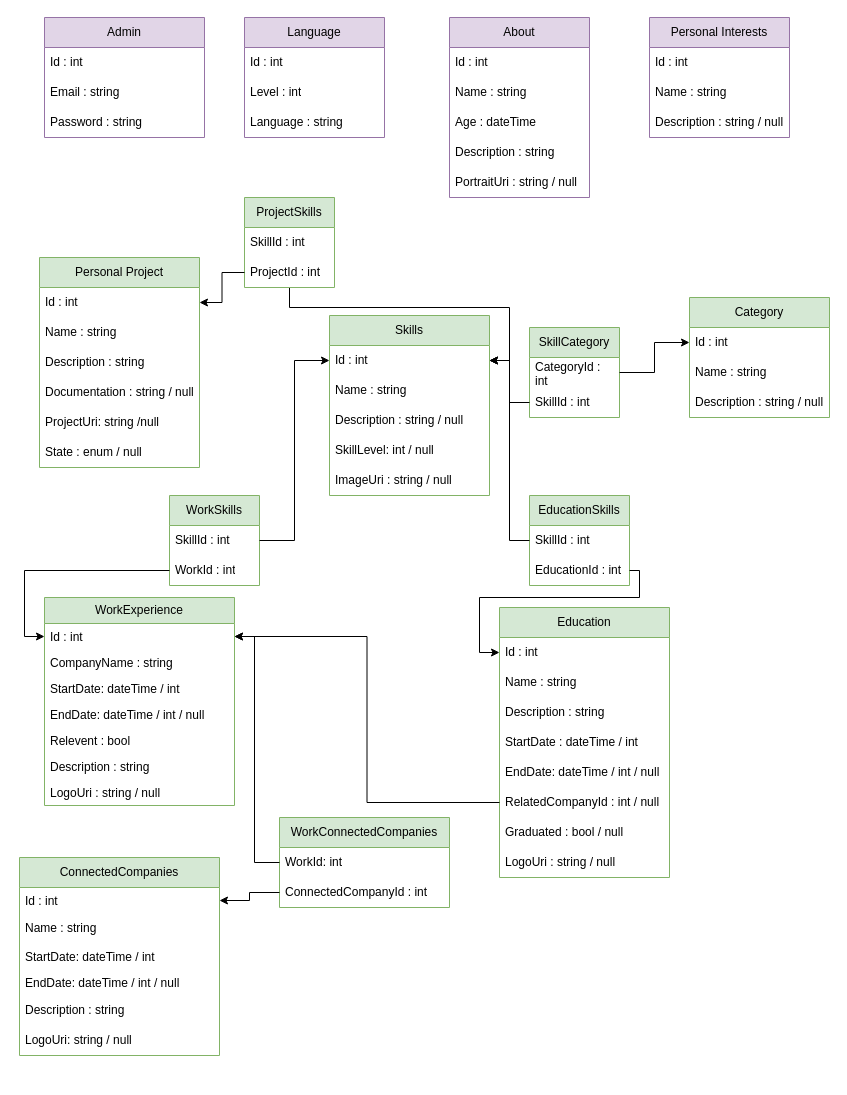
Before: Planning/Backend/DatabaseSchema.drawio in Agent00bad/Examensarbete, a draw.io diagram. Source tidied: cells renumbered, new cells numbered last; positions are measured from the earlier drawing's top-left corner, leaving out a move shared by most shapes. Both pictures are drawn from the tidied source at 100%, with x=0, y=0 at pixel (19, 17).
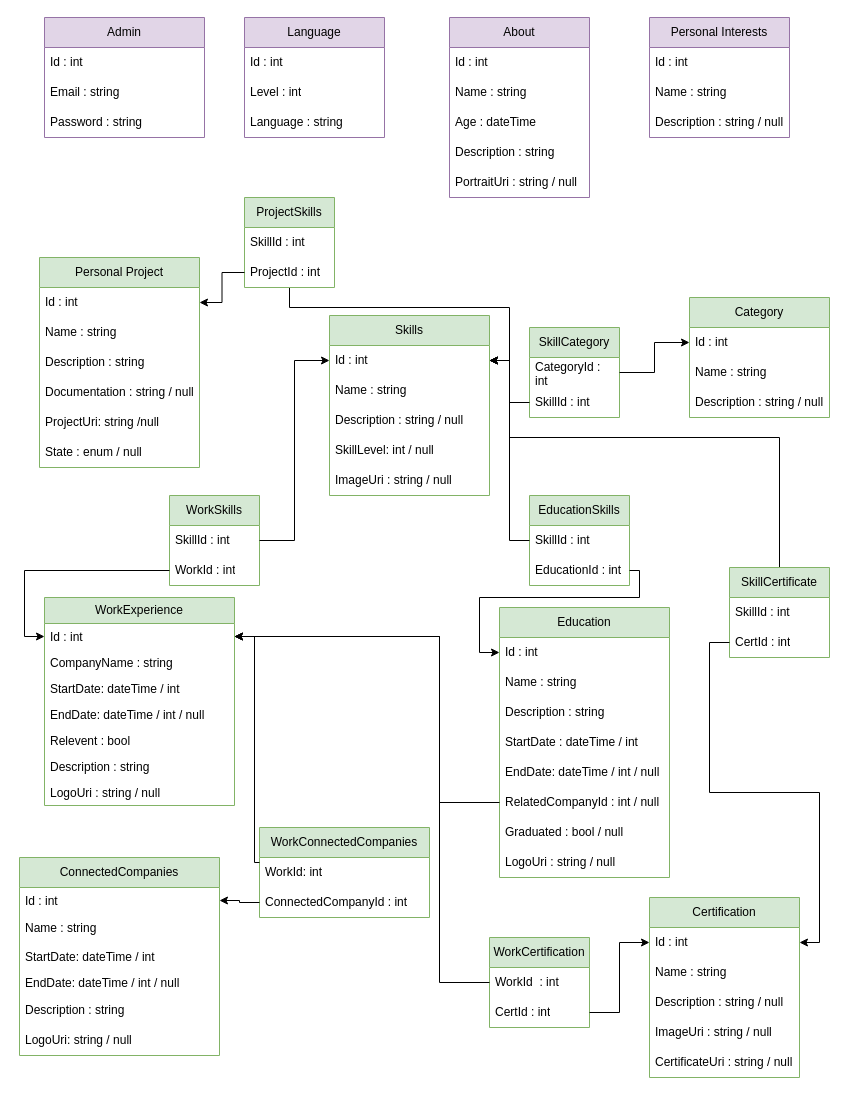
After the change.

The change refers to these unchanged cells:
```xml
<mxCell id="7" value="Id : int" style="text;strokeColor=none;fillColor=none;align=left;verticalAlign=top;spacingLeft=4;spacingRight=4;overflow=hidden;points=[[0,0.5],[1,0.5]];portConstraint=eastwest;whiteSpace=wrap;html=1;" parent="6" vertex="1">
  <mxGeometry y="26" width="190" height="26" as="geometry" />
</mxCell>
<mxCell id="22" value="Id : int" style="text;strokeColor=none;fillColor=none;align=left;verticalAlign=middle;spacingLeft=4;spacingRight=4;overflow=hidden;points=[[0,0.5],[1,0.5]];portConstraint=eastwest;whiteSpace=wrap;html=1;" parent="21" vertex="1">
  <mxGeometry y="30" width="160" height="30" as="geometry" />
</mxCell>
<mxCell id="33" value="RelatedCompanyId : int / null" style="text;strokeColor=none;fillColor=none;align=left;verticalAlign=middle;spacingLeft=4;spacingRight=4;overflow=hidden;points=[[0,0.5],[1,0.5]];portConstraint=eastwest;whiteSpace=wrap;html=1;" parent="27" vertex="1">
  <mxGeometry y="180" width="170" height="30" as="geometry" />
</mxCell>
```

The edit, as a diff of the source:
```diff
@@
     <mxCell id="36" style="edgeStyle=orthogonalEdgeStyle;rounded=0;jettySize=auto;html=1;entryX=1;entryY=0.5;entryDx=0;entryDy=0;" parent="1" edge="1" source="33" target="7">
-      <mxGeometry relative="1" as="geometry" />
+      <mxGeometry relative="1" as="geometry">
+        <Array as="points">
+          <mxPoint x="420" y="785" />
+          <mxPoint x="420" y="619" />
+        </Array>
+      </mxGeometry>
     </mxCell>
@@
     <mxCell id="72" value="WorkConnectedCompanies" style="swimlane;fontStyle=0;horizontal=1;startSize=30;whiteSpace=wrap;html=1;fillColor=#d5e8d4;strokeColor=#82b366;" parent="1" vertex="1">
-      <mxGeometry x="260" y="800" width="170" height="90" as="geometry" />
+      <mxGeometry x="240" y="810" width="170" height="90" as="geometry" />
     </mxCell>
@@
+    <mxCell id="87" value="Certification" style="swimlane;fontStyle=0;horizontal=1;startSize=30;whiteSpace=wrap;html=1;fillColor=#d5e8d4;strokeColor=#82b366;" parent="1" vertex="1">
+      <mxGeometry x="630" y="880" width="150" height="180" as="geometry" />
+    </mxCell>
+    <mxCell id="88" value="Id : int" style="text;strokeColor=none;fillColor=none;align=left;verticalAlign=middle;spacingLeft=4;spacingRight=4;overflow=hidden;points=[[0,0.5],[1,0.5]];portConstraint=eastwest;whiteSpace=wrap;html=1;" parent="87" vertex="1">
+      <mxGeometry y="30" width="150" height="30" as="geometry" />
+    </mxCell>
+    <mxCell id="89" value="Name : string" style="text;strokeColor=none;fillColor=none;align=left;verticalAlign=middle;spacingLeft=4;spacingRight=4;overflow=hidden;whiteSpace=wrap;html=1;" parent="87" vertex="1">
+      <mxGeometry y="60" width="150" height="30" as="geometry" />
+    </mxCell>
+    <mxCell id="90" value="&lt;div&gt;Description : string / null&lt;/div&gt;" style="text;strokeColor=none;fillColor=none;align=left;verticalAlign=middle;spacingLeft=4;spacingRight=4;overflow=hidden;whiteSpace=wrap;html=1;" parent="87" vertex="1">
+      <mxGeometry y="90" width="150" height="30" as="geometry" />
+    </mxCell>
+    <mxCell id="91" value="ImageUri : string / null" style="text;strokeColor=none;fillColor=none;align=left;verticalAlign=middle;spacingLeft=4;spacingRight=4;overflow=hidden;whiteSpace=wrap;html=1;" parent="87" vertex="1">
+      <mxGeometry y="120" width="150" height="30" as="geometry" />
+    </mxCell>
+    <mxCell id="92" value="CertificateUri : string / null" style="text;strokeColor=none;fillColor=none;align=left;verticalAlign=middle;spacingLeft=4;spacingRight=4;overflow=hidden;whiteSpace=wrap;html=1;" parent="87" vertex="1">
+      <mxGeometry y="150" width="150" height="30" as="geometry" />
+    </mxCell>
+    <mxCell id="93" style="edgeStyle=orthogonalEdgeStyle;rounded=0;jettySize=auto;html=1;entryX=1;entryY=0.5;entryDx=0;entryDy=0;" parent="1" edge="1" source="94" target="22">
+      <mxGeometry relative="1" as="geometry">
+        <Array as="points">
+          <mxPoint x="760" y="420" />
+          <mxPoint x="490" y="420" />
+          <mxPoint x="490" y="343" />
+        </Array>
+      </mxGeometry>
+    </mxCell>
+    <mxCell id="94" value="SkillCertificate" style="swimlane;fontStyle=0;horizontal=1;startSize=30;whiteSpace=wrap;html=1;fillColor=#d5e8d4;strokeColor=#82b366;" parent="1" vertex="1">
+      <mxGeometry x="710" y="550" width="100" height="90" as="geometry" />
+    </mxCell>
+    <mxCell id="95" value="SkillId : int" style="text;strokeColor=none;fillColor=none;align=left;verticalAlign=middle;spacingLeft=4;spacingRight=4;overflow=hidden;whiteSpace=wrap;html=1;" parent="94" vertex="1">
+      <mxGeometry y="30" width="100" height="30" as="geometry" />
+    </mxCell>
+    <mxCell id="96" value="CertId : int" style="text;strokeColor=none;fillColor=none;align=left;verticalAlign=middle;spacingLeft=4;spacingRight=4;overflow=hidden;points=[[0,0.5],[1,0.5]];portConstraint=eastwest;whiteSpace=wrap;html=1;" parent="94" vertex="1">
+      <mxGeometry y="60" width="100" height="30" as="geometry" />
+    </mxCell>
+    <mxCell id="97" style="edgeStyle=orthogonalEdgeStyle;rounded=0;jettySize=auto;html=1;entryX=1;entryY=0.5;entryDx=0;entryDy=0;" parent="1" edge="1" source="96" target="88">
+      <mxGeometry relative="1" as="geometry" />
+    </mxCell>
+    <mxCell id="98" value="WorkCertification" style="swimlane;fontStyle=0;horizontal=1;startSize=30;whiteSpace=wrap;html=1;fillColor=#d5e8d4;strokeColor=#82b366;" parent="1" vertex="1">
+      <mxGeometry x="470" y="920" width="100" height="90" as="geometry" />
+    </mxCell>
+    <mxCell id="99" value="WorkId&amp;nbsp; : int" style="text;strokeColor=none;fillColor=none;align=left;verticalAlign=middle;spacingLeft=4;spacingRight=4;overflow=hidden;points=[[0,0.5],[1,0.5]];portConstraint=eastwest;whiteSpace=wrap;html=1;" parent="98" vertex="1">
+      <mxGeometry y="30" width="100" height="30" as="geometry" />
+    </mxCell>
+    <mxCell id="100" value="CertId : int" style="text;strokeColor=none;fillColor=none;align=left;verticalAlign=middle;spacingLeft=4;spacingRight=4;overflow=hidden;points=[[0,0.5],[1,0.5]];portConstraint=eastwest;whiteSpace=wrap;html=1;" parent="98" vertex="1">
+      <mxGeometry y="60" width="100" height="30" as="geometry" />
+    </mxCell>
+    <mxCell id="101" style="edgeStyle=orthogonalEdgeStyle;rounded=0;jettySize=auto;html=1;entryX=0;entryY=0.5;entryDx=0;entryDy=0;" parent="1" edge="1" source="100" target="88">
+      <mxGeometry relative="1" as="geometry" />
+    </mxCell>
+    <mxCell id="102" style="edgeStyle=orthogonalEdgeStyle;rounded=0;jettySize=auto;html=1;" parent="1" edge="1" source="99" target="7">
+      <mxGeometry relative="1" as="geometry">
+        <Array as="points">
+          <mxPoint x="420" y="965" />
+          <mxPoint x="420" y="619" />
+        </Array>
+      </mxGeometry>
+    </mxCell>
```
